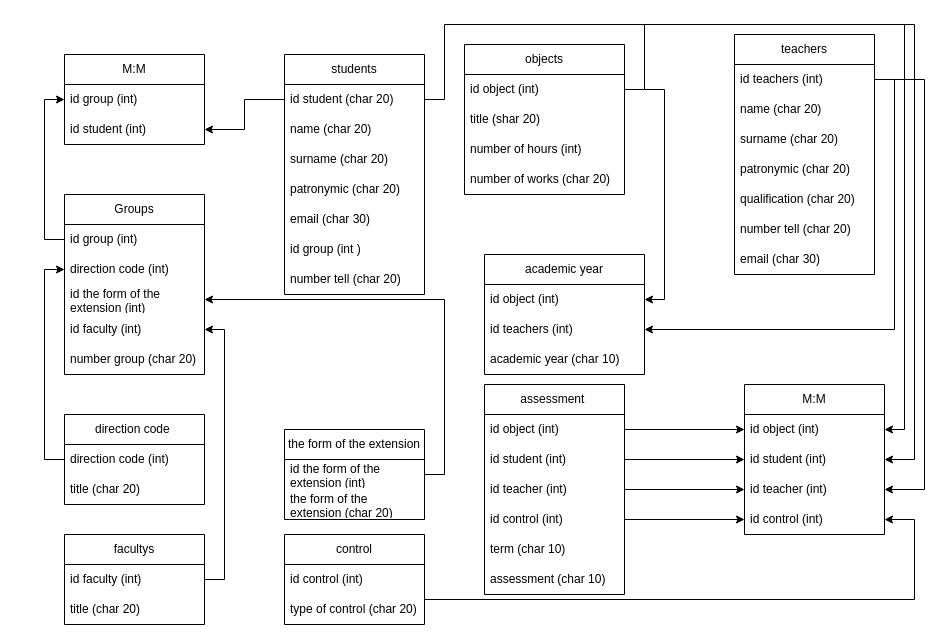
The draw.io diagram Fizic v2.drawio in Besstryb/SYBD, before the edit. Source tidied: cells renumbered, new cells numbered last; positions are measured from the earlier drawing's top-left corner, leaving out a move shared by most shapes. Both pictures are drawn from the tidied source at 100%, with x=0, y=0 at pixel (64, 24).
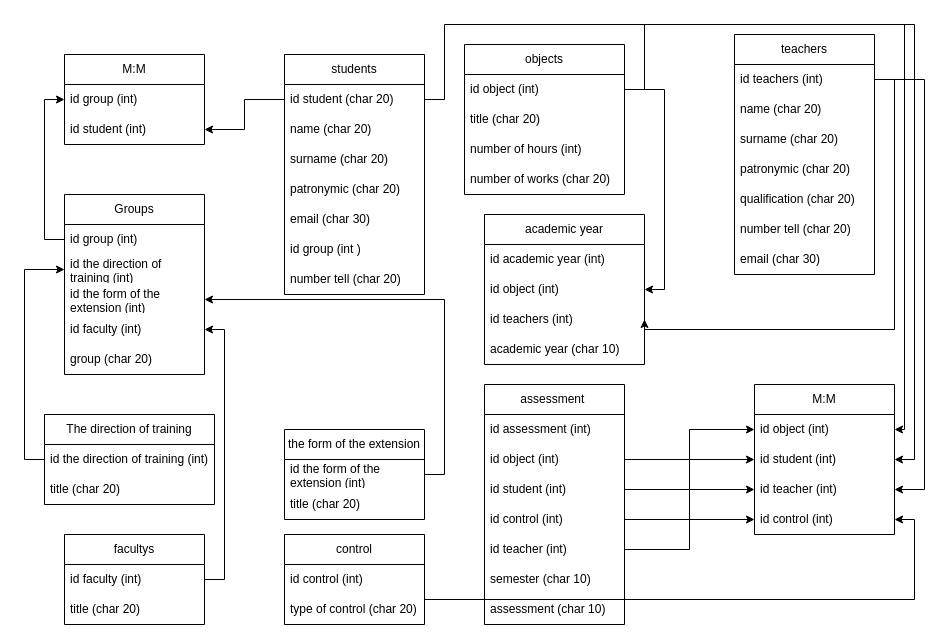
The same page after the edit.

The change refers to these unchanged cells:
```xml
<mxCell id="2" value="objects" style="swimlane;fontStyle=0;horizontal=1;startSize=30;whiteSpace=wrap;html=1;" parent="1" vertex="1">
  <mxGeometry x="400" y="20" width="160" height="150" as="geometry" />
</mxCell>
<mxCell id="15" value="Groups" style="swimlane;fontStyle=0;horizontal=1;startSize=30;whiteSpace=wrap;html=1;" parent="1" vertex="1">
  <mxGeometry y="170" width="140" height="180" as="geometry" />
</mxCell>
<mxCell id="24" value="the form of the extension" style="swimlane;fontStyle=0;horizontal=1;startSize=30;whiteSpace=wrap;html=1;" parent="1" vertex="1">
  <mxGeometry x="220" y="405" width="140" height="90" as="geometry" />
</mxCell>
```

The edit, as a diff of the source:
```diff
@@
-    <mxCell id="4" value="title (shar 20)" style="text;strokeColor=none;fillColor=none;align=left;verticalAlign=middle;spacingLeft=4;spacingRight=4;overflow=hidden;whiteSpace=wrap;html=1;" parent="2" vertex="1">
+    <mxCell id="4" value="title (char 20)" style="text;strokeColor=none;fillColor=none;align=left;verticalAlign=middle;spacingLeft=4;spacingRight=4;overflow=hidden;whiteSpace=wrap;html=1;" parent="2" vertex="1">
       <mxGeometry y="60" width="160" height="30" as="geometry" />
     </mxCell>
@@
-    <mxCell id="17" value="direction code (int)" style="text;strokeColor=none;fillColor=none;align=left;verticalAlign=middle;spacingLeft=4;spacingRight=4;overflow=hidden;points=[[0,0.5],[1,0.5]];portConstraint=eastwest;whiteSpace=wrap;html=1;" parent="15" vertex="1">
+    <mxCell id="17" value="id the direction of training (int)" style="text;strokeColor=none;fillColor=none;align=left;verticalAlign=middle;spacingLeft=4;spacingRight=4;overflow=hidden;points=[[0,0.5],[1,0.5]];portConstraint=eastwest;whiteSpace=wrap;html=1;" parent="15" vertex="1">
       <mxGeometry y="60" width="140" height="30" as="geometry" />
     </mxCell>
@@
-    <mxCell id="20" value="number group (char 20)" style="text;strokeColor=none;fillColor=none;align=left;verticalAlign=middle;spacingLeft=4;spacingRight=4;overflow=hidden;whiteSpace=wrap;html=1;" parent="15" vertex="1">
+    <mxCell id="20" value="group (char 20)" style="text;strokeColor=none;fillColor=none;align=left;verticalAlign=middle;spacingLeft=4;spacingRight=4;overflow=hidden;whiteSpace=wrap;html=1;" parent="15" vertex="1">
       <mxGeometry y="150" width="140" height="30" as="geometry" />
     </mxCell>
@@
-    <mxCell id="26" value="the form of the extension (char 20)" style="text;strokeColor=none;fillColor=none;align=left;verticalAlign=middle;spacingLeft=4;spacingRight=4;overflow=hidden;whiteSpace=wrap;html=1;" parent="24" vertex="1">
+    <mxCell id="26" value="title (char 20)" style="text;strokeColor=none;fillColor=none;align=left;verticalAlign=middle;spacingLeft=4;spacingRight=4;overflow=hidden;whiteSpace=wrap;html=1;" parent="24" vertex="1">
       <mxGeometry y="60" width="140" height="30" as="geometry" />
     </mxCell>
-    <mxCell id="27" value="direction code&amp;nbsp;" style="swimlane;fontStyle=0;horizontal=1;startSize=30;whiteSpace=wrap;html=1;" parent="1" vertex="1">
-      <mxGeometry y="390" width="140" height="90" as="geometry" />
+    <mxCell id="27" value="The direction of training" style="swimlane;fontStyle=0;horizontal=1;startSize=30;whiteSpace=wrap;html=1;" parent="1" vertex="1">
+      <mxGeometry x="-20" y="390" width="170" height="90" as="geometry" />
     </mxCell>
-    <mxCell id="28" value="direction code (int)" style="text;strokeColor=none;fillColor=none;align=left;verticalAlign=middle;spacingLeft=4;spacingRight=4;overflow=hidden;points=[[0,0.5],[1,0.5]];portConstraint=eastwest;whiteSpace=wrap;html=1;" parent="27" vertex="1">
-      <mxGeometry y="30" width="140" height="30" as="geometry" />
+    <mxCell id="28" value="id the direction of training (int)" style="text;strokeColor=none;fillColor=none;align=left;verticalAlign=middle;spacingLeft=4;spacingRight=4;overflow=hidden;points=[[0,0.5],[1,0.5]];portConstraint=eastwest;whiteSpace=wrap;html=1;" parent="27" vertex="1">
+      <mxGeometry y="30" width="170" height="30" as="geometry" />
     </mxCell>
     <mxCell id="29" value="title (char 20)" style="text;strokeColor=none;fillColor=none;align=left;verticalAlign=middle;spacingLeft=4;spacingRight=4;overflow=hidden;whiteSpace=wrap;html=1;" parent="27" vertex="1">
-      <mxGeometry y="60" width="140" height="30" as="geometry" />
+      <mxGeometry y="60" width="170" height="30" as="geometry" />
     </mxCell>
@@
     <mxCell id="41" value="assessment&amp;nbsp;" style="swimlane;fontStyle=0;horizontal=1;startSize=30;whiteSpace=wrap;html=1;" parent="1" vertex="1">
-      <mxGeometry x="420" y="360" width="140" height="210" as="geometry" />
+      <mxGeometry x="420" y="360" width="140" height="240" as="geometry" />
     </mxCell>
+    <mxCell id="75" value="id assessment (int)" style="text;strokeColor=none;fillColor=none;align=left;verticalAlign=middle;spacingLeft=4;spacingRight=4;overflow=hidden;whiteSpace=wrap;html=1;" parent="41" vertex="1">
+      <mxGeometry y="30" width="140" height="30" as="geometry" />
+    </mxCell>
     <mxCell id="42" value="id object (int)" style="text;strokeColor=none;fillColor=none;align=left;verticalAlign=middle;spacingLeft=4;spacingRight=4;overflow=hidden;points=[[0,0.5],[1,0.5]];portConstraint=eastwest;whiteSpace=wrap;html=1;" parent="41" vertex="1">
-      <mxGeometry y="30" width="140" height="30" as="geometry" />
+      <mxGeometry y="60" width="140" height="30" as="geometry" />
     </mxCell>
     <mxCell id="43" value="id student (int)" style="text;strokeColor=none;fillColor=none;align=left;verticalAlign=middle;spacingLeft=4;spacingRight=4;overflow=hidden;points=[[0,0.5],[1,0.5]];portConstraint=eastwest;whiteSpace=wrap;html=1;" parent="41" vertex="1">
-      <mxGeometry y="60" width="140" height="30" as="geometry" />
+      <mxGeometry y="90" width="140" height="30" as="geometry" />
     </mxCell>
+    <mxCell id="45" value="id control (int)" style="text;strokeColor=none;fillColor=none;align=left;verticalAlign=middle;spacingLeft=4;spacingRight=4;overflow=hidden;points=[[0,0.5],[1,0.5]];portConstraint=eastwest;whiteSpace=wrap;html=1;" parent="41" vertex="1">
+      <mxGeometry y="120" width="140" height="30" as="geometry" />
+    </mxCell>
     <mxCell id="44" value="id teacher (int)" style="text;strokeColor=none;fillColor=none;align=left;verticalAlign=middle;spacingLeft=4;spacingRight=4;overflow=hidden;points=[[0,0.5],[1,0.5]];portConstraint=eastwest;whiteSpace=wrap;html=1;" parent="41" vertex="1">
-      <mxGeometry y="90" width="140" height="30" as="geometry" />
+      <mxGeometry y="150" width="140" height="30" as="geometry" />
     </mxCell>
-    <mxCell id="45" value="id control (int)" style="text;strokeColor=none;fillColor=none;align=left;verticalAlign=middle;spacingLeft=4;spacingRight=4;overflow=hidden;points=[[0,0.5],[1,0.5]];portConstraint=eastwest;whiteSpace=wrap;html=1;" parent="41" vertex="1">
-      <mxGeometry y="120" width="140" height="30" as="geometry" />
-    </mxCell>
-    <mxCell id="46" value="term (char 10)" style="text;strokeColor=none;fillColor=none;align=left;verticalAlign=middle;spacingLeft=4;spacingRight=4;overflow=hidden;whiteSpace=wrap;html=1;" parent="41" vertex="1">
-      <mxGeometry y="150" width="140" height="30" as="geometry" />
+    <mxCell id="46" value="semester (char 10)" style="text;strokeColor=none;fillColor=none;align=left;verticalAlign=middle;spacingLeft=4;spacingRight=4;overflow=hidden;whiteSpace=wrap;html=1;" parent="41" vertex="1">
+      <mxGeometry y="180" width="140" height="30" as="geometry" />
     </mxCell>
     <mxCell id="47" value="assessment (char 10)" style="text;strokeColor=none;fillColor=none;align=left;verticalAlign=middle;spacingLeft=4;spacingRight=4;overflow=hidden;whiteSpace=wrap;html=1;" parent="41" vertex="1">
-      <mxGeometry y="180" width="140" height="30" as="geometry" />
+      <mxGeometry y="210" width="140" height="30" as="geometry" />
     </mxCell>
     <mxCell id="48" value="academic year" style="swimlane;fontStyle=0;horizontal=1;startSize=30;whiteSpace=wrap;html=1;" parent="1" vertex="1">
-      <mxGeometry x="420" y="230" width="160" height="120" as="geometry" />
+      <mxGeometry x="420" y="190" width="160" height="150" as="geometry" />
     </mxCell>
+    <mxCell id="76" value="id academic year (int)" style="text;strokeColor=none;fillColor=none;align=left;verticalAlign=middle;spacingLeft=4;spacingRight=4;overflow=hidden;whiteSpace=wrap;html=1;" parent="48" vertex="1">
+      <mxGeometry y="30" width="160" height="30" as="geometry" />
+    </mxCell>
     <mxCell id="49" value="id object (int)" style="text;strokeColor=none;fillColor=none;align=left;verticalAlign=middle;spacingLeft=4;spacingRight=4;overflow=hidden;points=[[0,0.5],[1,0.5]];portConstraint=eastwest;whiteSpace=wrap;html=1;" parent="48" vertex="1">
-      <mxGeometry y="30" width="160" height="30" as="geometry" />
+      <mxGeometry y="60" width="160" height="30" as="geometry" />
     </mxCell>
     <mxCell id="50" value="id teachers (int)" style="text;strokeColor=none;fillColor=none;align=left;verticalAlign=middle;spacingLeft=4;spacingRight=4;overflow=hidden;points=[[0,0.5],[1,0.5]];portConstraint=eastwest;whiteSpace=wrap;html=1;" parent="48" vertex="1">
-      <mxGeometry y="60" width="160" height="30" as="geometry" />
+      <mxGeometry y="90" width="160" height="30" as="geometry" />
     </mxCell>
     <mxCell id="51" value="academic year (char 10)" style="text;strokeColor=none;fillColor=none;align=left;verticalAlign=middle;spacingLeft=4;spacingRight=4;overflow=hidden;whiteSpace=wrap;html=1;" parent="48" vertex="1">
-      <mxGeometry y="90" width="160" height="30" as="geometry" />
+      <mxGeometry y="120" width="160" height="30" as="geometry" />
     </mxCell>
@@
     <mxCell id="61" value="M:M" style="swimlane;fontStyle=0;horizontal=1;startSize=30;whiteSpace=wrap;html=1;" parent="1" vertex="1">
-      <mxGeometry x="680" y="360" width="140" height="150" as="geometry" />
+      <mxGeometry x="690" y="360" width="140" height="150" as="geometry" />
     </mxCell>
```
